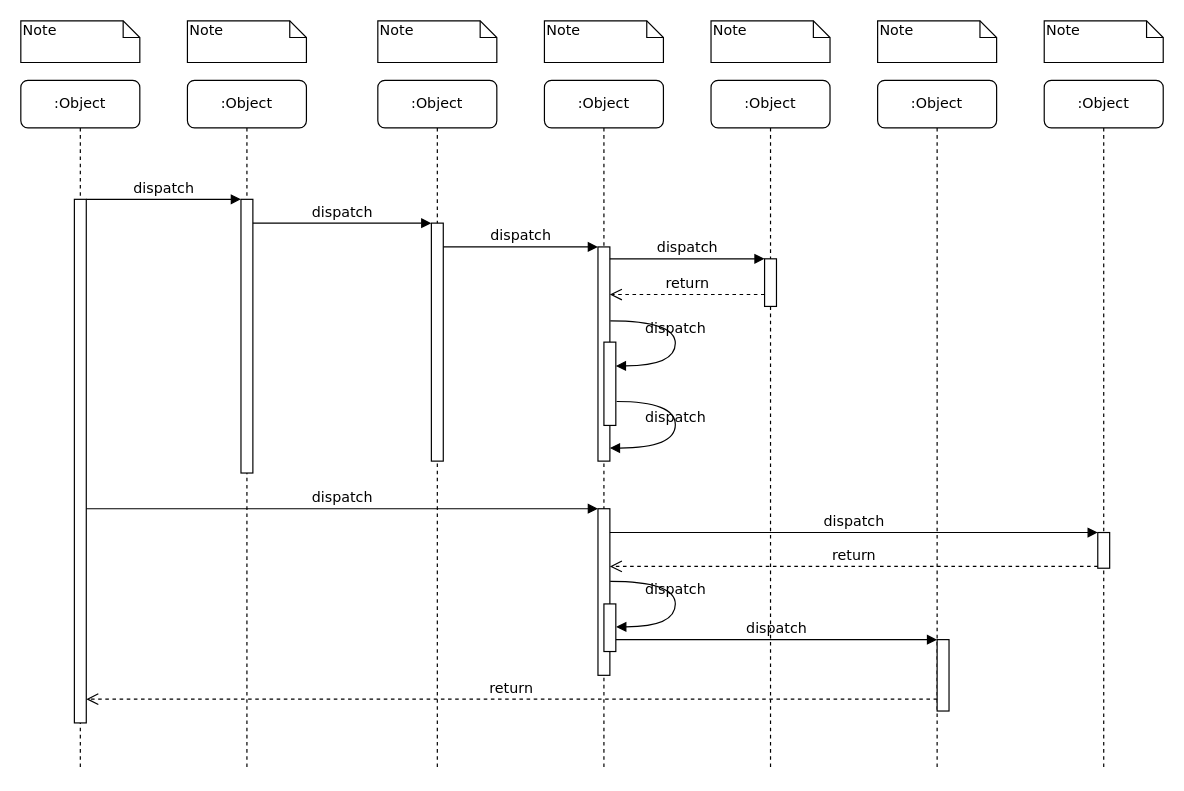
Above: A2_SSD.drawio in critschris/COMP-354 (draw.io), before the change. Source tidied: cells renumbered, new cells numbered last; positions are measured from the earlier drawing's top-left corner, leaving out a move shared by most shapes. Both pictures are drawn from the tidied source at 119%, with x=0, y=0 at pixel (20, 20).
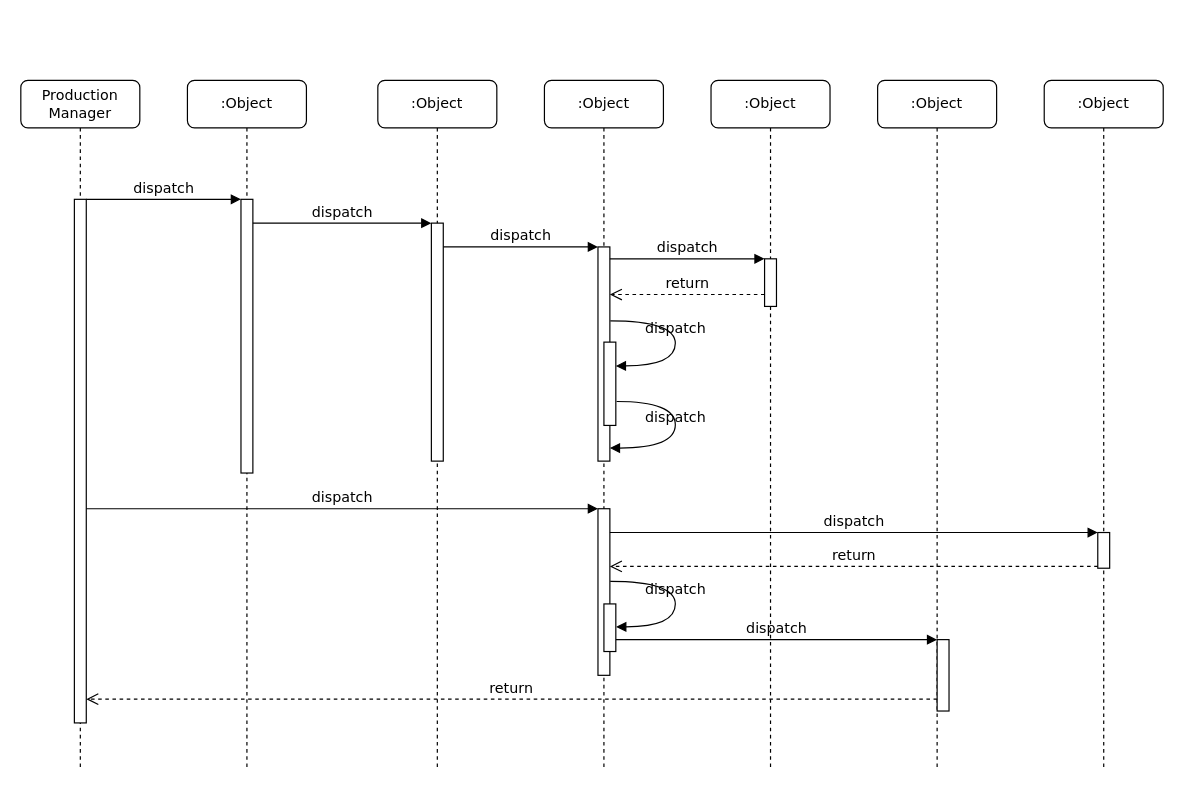
After the change.

Diff of the diagram source:
```diff
@@
-    <mxCell id="10" value=":Object" style="shape=umlLifeline;perimeter=lifelinePerimeter;whiteSpace=wrap;html=1;rounded=1;shadow=0;comic=0;labelBackgroundColor=none;strokeWidth=1;fontFamily=Verdana;fontSize=12;align=center;" parent="1" vertex="1">
+    <mxCell id="10" value="Production Manager" style="shape=umlLifeline;perimeter=lifelinePerimeter;whiteSpace=wrap;html=1;rounded=1;shadow=0;comic=0;labelBackgroundColor=none;strokeWidth=1;fontFamily=Verdana;fontSize=12;align=center;" parent="1" vertex="1">
       <mxGeometry y="50" width="100" height="580" as="geometry" />
     </mxCell>
@@
-    <mxCell id="32" value="Note" style="shape=note;whiteSpace=wrap;html=1;size=14;verticalAlign=top;align=left;spacingTop=-6;rounded=0;shadow=0;comic=0;labelBackgroundColor=none;strokeWidth=1;fontFamily=Verdana;fontSize=12;" parent="1" vertex="1">
-      <mxGeometry width="100" height="35" as="geometry" />
-    </mxCell>
-    <mxCell id="33" value="Note" style="shape=note;whiteSpace=wrap;html=1;size=14;verticalAlign=top;align=left;spacingTop=-6;rounded=0;shadow=0;comic=0;labelBackgroundColor=none;strokeWidth=1;fontFamily=Verdana;fontSize=12;" parent="1" vertex="1">
-      <mxGeometry x="140" width="100" height="35" as="geometry" />
-    </mxCell>
-    <mxCell id="34" value="Note" style="shape=note;whiteSpace=wrap;html=1;size=14;verticalAlign=top;align=left;spacingTop=-6;rounded=0;shadow=0;comic=0;labelBackgroundColor=none;strokeWidth=1;fontFamily=Verdana;fontSize=12;" parent="1" vertex="1">
-      <mxGeometry x="300" width="100" height="35" as="geometry" />
-    </mxCell>
-    <mxCell id="35" value="Note" style="shape=note;whiteSpace=wrap;html=1;size=14;verticalAlign=top;align=left;spacingTop=-6;rounded=0;shadow=0;comic=0;labelBackgroundColor=none;strokeWidth=1;fontFamily=Verdana;fontSize=12;" parent="1" vertex="1">
-      <mxGeometry x="440" width="100" height="35" as="geometry" />
-    </mxCell>
-    <mxCell id="36" value="Note" style="shape=note;whiteSpace=wrap;html=1;size=14;verticalAlign=top;align=left;spacingTop=-6;rounded=0;shadow=0;comic=0;labelBackgroundColor=none;strokeWidth=1;fontFamily=Verdana;fontSize=12;" parent="1" vertex="1">
-      <mxGeometry x="580" width="100" height="35" as="geometry" />
-    </mxCell>
-    <mxCell id="37" value="Note" style="shape=note;whiteSpace=wrap;html=1;size=14;verticalAlign=top;align=left;spacingTop=-6;rounded=0;shadow=0;comic=0;labelBackgroundColor=none;strokeWidth=1;fontFamily=Verdana;fontSize=12;" parent="1" vertex="1">
-      <mxGeometry x="720" width="100" height="35" as="geometry" />
-    </mxCell>
-    <mxCell id="38" value="Note" style="shape=note;whiteSpace=wrap;html=1;size=14;verticalAlign=top;align=left;spacingTop=-6;rounded=0;shadow=0;comic=0;labelBackgroundColor=none;strokeWidth=1;fontFamily=Verdana;fontSize=12;" parent="1" vertex="1">
-      <mxGeometry x="860" width="100" height="35" as="geometry" />
-    </mxCell>
```
